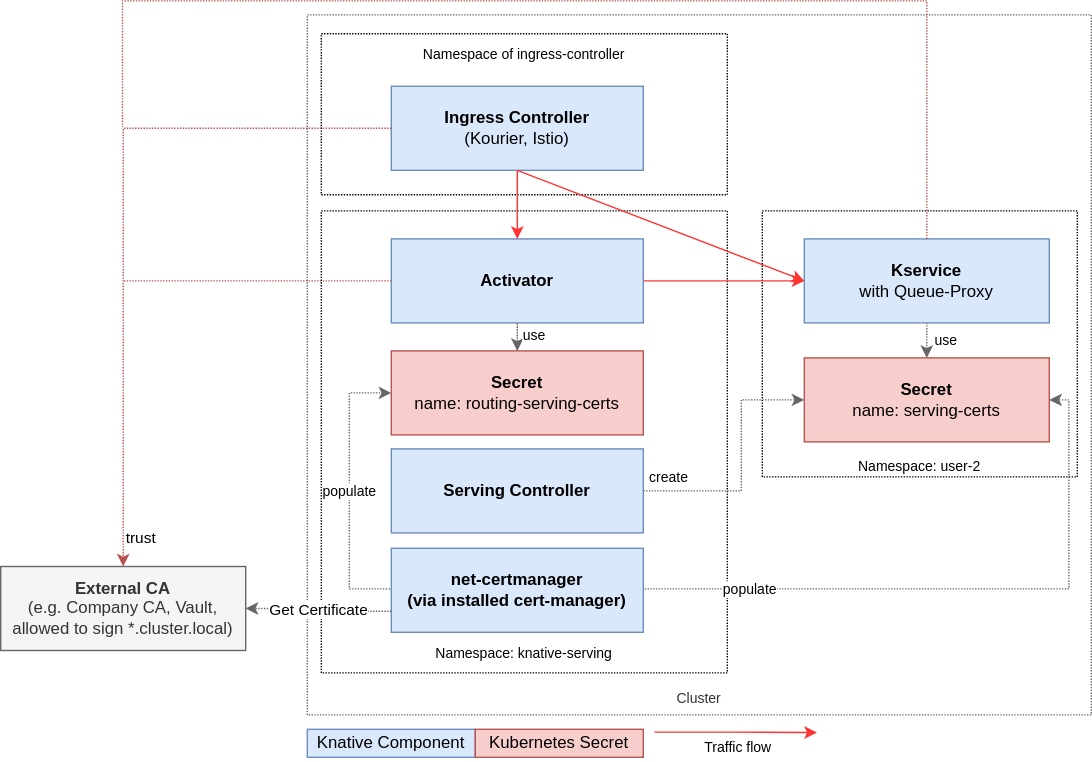
Above: modules/serverless/assets/images/serving-encryption/encryption-system-internal.drawio.svg in openshift-knative/docs (draw.io), before the change. Source tidied: cells renumbered, new cells last; positions are measured from the earlier drawing's top-left corner, leaving out a move shared by most shapes. Source of this version:
```xml
<mxGraphModel background="#FFFFFF">
  <root>
    <mxCell id="0" />
    <mxCell id="1" parent="0" />
    <mxCell id="2" value="&lt;br&gt;&lt;br&gt;&lt;br&gt;&lt;br&gt;&lt;br&gt;&lt;br&gt;&lt;br&gt;&lt;br&gt;&lt;br&gt;&lt;br&gt;&lt;br&gt;&lt;br&gt;&lt;br&gt;&lt;br&gt;&lt;br&gt;&lt;br&gt;&lt;br&gt;&lt;br&gt;&lt;br&gt;&lt;br&gt;&lt;br&gt;&lt;br&gt;&lt;br&gt;&lt;br&gt;&lt;br&gt;&lt;br&gt;&lt;br&gt;&lt;br&gt;&lt;br&gt;&lt;br&gt;&lt;br&gt;&lt;br&gt;&lt;br&gt;&lt;font style=&quot;font-size: 10px;&quot;&gt;Cluster&lt;/font&gt;" style="rounded=0;whiteSpace=wrap;html=1;fillColor=none;fontColor=#333333;strokeColor=#666666;dashed=1;dashPattern=1 1;" parent="1" vertex="1">
      <mxGeometry x="219" y="10" width="560" height="500" as="geometry" />
    </mxCell>
    <mxCell id="3" value="&lt;font style=&quot;font-size: 10px;&quot;&gt;Namespace of ingress-controller&lt;br&gt;&lt;br&gt;&lt;br&gt;&lt;br&gt;&lt;br&gt;&lt;br&gt;&lt;br&gt;&lt;/font&gt;" style="rounded=0;whiteSpace=wrap;html=1;fillColor=none;dashed=1;dashPattern=1 1;" parent="1" vertex="1">
      <mxGeometry x="229" y="23.5" width="290" height="115" as="geometry" />
    </mxCell>
    <mxCell id="4" value="&lt;br&gt;&lt;br&gt;&lt;br&gt;&lt;br&gt;&lt;br&gt;&lt;br&gt;&lt;br&gt;&lt;br&gt;&lt;br&gt;&lt;br&gt;&lt;br&gt;&lt;br&gt;&lt;font style=&quot;font-size: 10px;&quot;&gt;Namespace: user-2&lt;/font&gt;" style="rounded=0;whiteSpace=wrap;html=1;fillColor=none;dashed=1;dashPattern=1 1;" parent="1" vertex="1">
      <mxGeometry x="544" y="150" width="225" height="190" as="geometry" />
    </mxCell>
    <mxCell id="5" value="&lt;br&gt;&lt;br&gt;&lt;br&gt;&lt;br&gt;&lt;br&gt;&lt;br&gt;&lt;br&gt;&lt;br&gt;&lt;br&gt;&lt;br&gt;&lt;br&gt;&lt;br&gt;&lt;br&gt;&lt;br&gt;&lt;br&gt;&lt;br&gt;&lt;br&gt;&lt;br&gt;&lt;br&gt;&lt;br&gt;&lt;br&gt;&lt;font style=&quot;font-size: 10px;&quot;&gt;Namespace: knative-serving&lt;/font&gt;" style="rounded=0;whiteSpace=wrap;html=1;fillColor=none;dashed=1;dashPattern=1 1;" parent="1" vertex="1">
      <mxGeometry x="229" y="150" width="290" height="330" as="geometry" />
    </mxCell>
    <mxCell id="6" style="edgeStyle=orthogonalEdgeStyle;rounded=0;jettySize=auto;html=1;entryX=0;entryY=0.5;entryDx=0;entryDy=0;strokeColor=#FF3333;" parent="1" edge="1" source="7" target="8">
      <mxGeometry relative="1" as="geometry" />
    </mxCell>
    <mxCell id="7" value="Activator" style="rounded=0;whiteSpace=wrap;html=1;fillColor=#dae8fc;strokeColor=#6c8ebf;fontStyle=1;" parent="1" vertex="1">
      <mxGeometry x="279" y="170" width="180" height="60" as="geometry" />
    </mxCell>
    <mxCell id="8" value="&lt;b&gt;Kservice&lt;br&gt;&lt;/b&gt;with Queue-Proxy" style="rounded=0;whiteSpace=wrap;html=1;fillColor=#dae8fc;strokeColor=#6c8ebf;" parent="1" vertex="1">
      <mxGeometry x="574" y="170" width="175" height="60" as="geometry" />
    </mxCell>
    <mxCell id="9" style="edgeStyle=orthogonalEdgeStyle;rounded=0;jettySize=auto;html=1;entryX=0.5;entryY=0;entryDx=0;entryDy=0;strokeColor=#FF3333;" parent="1" edge="1" source="10" target="7">
      <mxGeometry x="-0.17" relative="1" as="geometry" />
    </mxCell>
    <mxCell id="10" value="&lt;b&gt;Ingress Controller&lt;/b&gt;&lt;br&gt;(Kourier, Istio)" style="rounded=0;whiteSpace=wrap;html=1;fillColor=#dae8fc;strokeColor=#6c8ebf;" parent="1" vertex="1">
      <mxGeometry x="279" y="61" width="180" height="60" as="geometry" />
    </mxCell>
    <mxCell id="11" style="rounded=0;jettySize=auto;html=1;entryX=0;entryY=0.5;entryDx=0;entryDy=0;strokeColor=#FF3333;exitX=0.5;exitY=1;exitDx=0;exitDy=0;" parent="1" edge="1" source="10" target="8">
      <mxGeometry x="-0.17" relative="1" as="geometry" />
    </mxCell>
    <mxCell id="12" value="populate" style="edgeStyle=orthogonalEdgeStyle;rounded=0;jettySize=auto;html=1;entryX=0;entryY=0.5;entryDx=0;entryDy=0;fontSize=10;fillColor=#f5f5f5;strokeColor=#666666;dashed=1;dashPattern=1 1;exitX=0;exitY=0.5;exitDx=0;exitDy=0;" parent="1" edge="1" source="27" target="16">
      <mxGeometry relative="1" as="geometry">
        <Array as="points">
          <mxPoint x="249" y="420" />
          <mxPoint x="249" y="280" />
        </Array>
      </mxGeometry>
    </mxCell>
    <mxCell id="13" value="Serving Controller" style="rounded=0;whiteSpace=wrap;html=1;fillColor=#dae8fc;strokeColor=#6c8ebf;fontStyle=1;" parent="1" vertex="1">
      <mxGeometry x="279" y="320" width="180" height="60" as="geometry" />
    </mxCell>
    <mxCell id="14" value="&lt;b&gt;Secret&lt;/b&gt;&lt;br&gt;name: serving-certs" style="rounded=0;whiteSpace=wrap;html=1;fillColor=#f8cecc;strokeColor=#b85450;" parent="1" vertex="1">
      <mxGeometry x="574" y="255" width="175" height="60" as="geometry" />
    </mxCell>
    <mxCell id="15" value="use" style="edgeStyle=orthogonalEdgeStyle;rounded=0;jettySize=auto;html=1;dashed=1;dashPattern=1 1;fontSize=10;fillColor=#f5f5f5;strokeColor=#666666;startArrow=classic;startFill=1;endArrow=none;endFill=0;" parent="1" edge="1" source="16" target="7">
      <mxGeometry x="-0.04" y="12" relative="1" as="geometry" />
    </mxCell>
    <mxCell id="16" value="&lt;b&gt;Secret&lt;/b&gt;&lt;br&gt;name: routing-serving-certs" style="rounded=0;whiteSpace=wrap;html=1;fillColor=#f8cecc;strokeColor=#b85450;" parent="1" vertex="1">
      <mxGeometry x="279" y="250" width="180" height="60" as="geometry" />
    </mxCell>
    <mxCell id="17" value="populate" style="edgeStyle=orthogonalEdgeStyle;rounded=0;jettySize=auto;html=1;entryX=1;entryY=0.5;entryDx=0;entryDy=0;dashed=1;dashPattern=1 1;fontSize=10;startArrow=none;startFill=0;fillColor=#f5f5f5;strokeColor=#666666;exitX=1;exitY=0.5;exitDx=0;exitDy=0;" parent="1" edge="1" source="27" target="14">
      <mxGeometry x="-0.66" relative="1" as="geometry">
        <Array as="points">
          <mxPoint x="763" y="420" />
          <mxPoint x="763" y="285" />
        </Array>
      </mxGeometry>
    </mxCell>
    <mxCell id="18" value="create" style="edgeStyle=orthogonalEdgeStyle;rounded=0;jettySize=auto;html=1;entryX=0;entryY=0.5;entryDx=0;entryDy=0;dashed=1;dashPattern=1 1;fontSize=10;startArrow=none;startFill=0;fillColor=#f5f5f5;strokeColor=#666666;exitX=1;exitY=0.5;exitDx=0;exitDy=0;" parent="1" edge="1" source="13" target="14">
      <mxGeometry x="-0.79" y="10" relative="1" as="geometry">
        <Array as="points">
          <mxPoint x="529" y="350" />
          <mxPoint x="529" y="285" />
        </Array>
      </mxGeometry>
    </mxCell>
    <mxCell id="19" value="use" style="edgeStyle=orthogonalEdgeStyle;rounded=0;jettySize=auto;html=1;entryX=0.5;entryY=1;entryDx=0;entryDy=0;dashed=1;dashPattern=1 1;fontSize=10;startArrow=classic;startFill=1;fillColor=#f5f5f5;strokeColor=#666666;exitX=0.5;exitY=0;exitDx=0;exitDy=0;endArrow=none;endFill=0;" parent="1" edge="1" source="14" target="8">
      <mxGeometry x="0.04" y="-13" relative="1" as="geometry">
        <Array as="points">
          <mxPoint x="662" y="240" />
          <mxPoint x="662" y="240" />
        </Array>
      </mxGeometry>
    </mxCell>
    <mxCell id="20" value="trust" style="edgeStyle=orthogonalEdgeStyle;rounded=0;jettySize=auto;html=1;startArrow=none;startFill=0;dashed=1;dashPattern=1 1;fillColor=#f8cecc;strokeColor=#b85450;exitX=0;exitY=0.5;exitDx=0;exitDy=0;entryX=0.5;entryY=0;entryDx=0;entryDy=0;" parent="1" edge="1" source="10" target="28">
      <mxGeometry x="0.92" y="12" relative="1" as="geometry">
        <Array as="points">
          <mxPoint x="87" y="91" />
          <mxPoint x="87" y="404" />
        </Array>
      </mxGeometry>
    </mxCell>
    <mxCell id="21" style="edgeStyle=orthogonalEdgeStyle;rounded=0;jettySize=auto;html=1;startArrow=none;startFill=0;dashed=1;dashPattern=1 1;fillColor=#f8cecc;strokeColor=#b85450;exitX=0;exitY=0.5;exitDx=0;exitDy=0;endArrow=none;endFill=0;" parent="1" edge="1" source="7">
      <mxGeometry relative="1" as="geometry">
        <mxPoint x="87" y="200" as="targetPoint" />
        <Array as="points">
          <mxPoint x="199" y="200" />
        </Array>
      </mxGeometry>
    </mxCell>
    <mxCell id="22" style="edgeStyle=orthogonalEdgeStyle;rounded=0;jettySize=auto;html=1;startArrow=none;startFill=0;dashed=1;dashPattern=1 1;fillColor=#f8cecc;strokeColor=#b85450;endArrow=none;endFill=0;" parent="1" edge="1" source="8">
      <mxGeometry relative="1" as="geometry">
        <mxPoint x="87" y="78" as="targetPoint" />
        <Array as="points">
          <mxPoint x="662" />
          <mxPoint x="87" />
          <mxPoint x="87" y="90" />
        </Array>
      </mxGeometry>
    </mxCell>
    <mxCell id="23" value="Knative Component" style="rounded=0;whiteSpace=wrap;html=1;fillColor=#dae8fc;strokeColor=#6c8ebf;" parent="1" vertex="1">
      <mxGeometry x="219" y="520.3" width="120" height="20" as="geometry" />
    </mxCell>
    <mxCell id="24" value="Kubernetes Secret" style="rounded=0;whiteSpace=wrap;html=1;fillColor=#f8cecc;strokeColor=#b85450;" parent="1" vertex="1">
      <mxGeometry x="339" y="520.3" width="120" height="20" as="geometry" />
    </mxCell>
    <mxCell id="25" value="&lt;font style=&quot;font-size: 10px;&quot;&gt;Traffic flow&lt;/font&gt;" style="text;html=1;strokeColor=none;fillColor=none;align=center;verticalAlign=middle;whiteSpace=wrap;rounded=0;" parent="1" vertex="1">
      <mxGeometry x="462" y="522.6" width="130" height="20" as="geometry" />
    </mxCell>
    <mxCell id="26" style="edgeStyle=orthogonalEdgeStyle;rounded=0;orthogonalLoop=1;jettySize=auto;html=1;strokeColor=#FF3333;fillColor=#f8cecc;exitX=1;exitY=0.5;exitDx=0;exitDy=0;" parent="1" edge="1">
      <mxGeometry relative="1" as="geometry">
        <mxPoint x="467" y="522.3" as="sourcePoint" />
        <mxPoint x="583" y="522.6" as="targetPoint" />
        <Array as="points">
          <mxPoint x="525" y="522.6" />
          <mxPoint x="583" y="522.6" />
        </Array>
      </mxGeometry>
    </mxCell>
    <mxCell id="27" value="&lt;b&gt;net-certmanager&lt;br&gt;(via installed cert-manager)&lt;br&gt;&lt;/b&gt;" style="rounded=0;whiteSpace=wrap;html=1;fillColor=#dae8fc;strokeColor=#6c8ebf;fontStyle=1;" parent="1" vertex="1">
      <mxGeometry x="279" y="391" width="180" height="60" as="geometry" />
    </mxCell>
    <mxCell id="28" value="&lt;b&gt;External CA&lt;br&gt;&lt;/b&gt;(e.g. Company CA, Vault, allowed to sign *.cluster.local)" style="rounded=0;whiteSpace=wrap;html=1;fillColor=#f5f5f5;strokeColor=#666666;fontColor=#333333;" parent="1" vertex="1">
      <mxGeometry y="404" width="175" height="60" as="geometry" />
    </mxCell>
    <mxCell id="29" value="Get Certificate" style="edgeStyle=orthogonalEdgeStyle;rounded=0;jettySize=auto;html=1;entryX=1;entryY=0.5;entryDx=0;entryDy=0;startArrow=none;startFill=0;fillColor=#f5f5f5;strokeColor=#666666;dashed=1;dashPattern=1 1;exitX=0;exitY=0.75;exitDx=0;exitDy=0;" parent="1" edge="1" source="27" target="28">
      <mxGeometry relative="1" as="geometry" />
    </mxCell>
  </root>
</mxGraphModel>
```
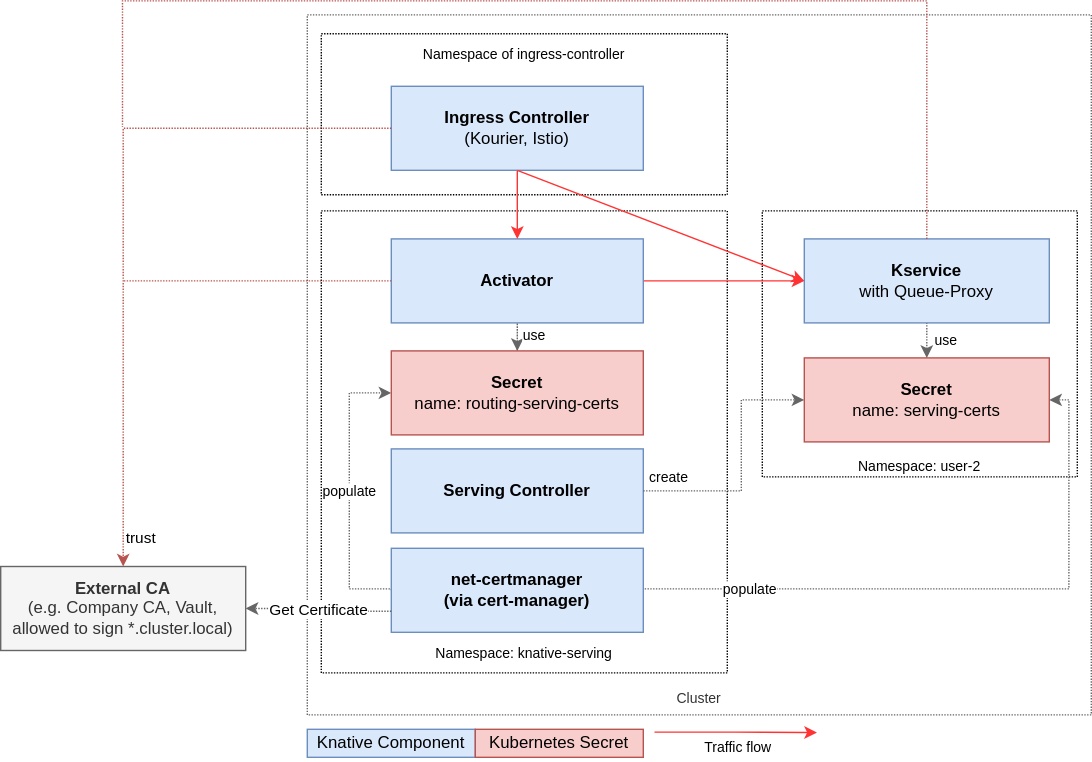
The same file after the commit.

Diff of the diagram source:
```diff
@@ -121,7 +121,7 @@
         </Array>
       </mxGeometry>
     </mxCell>
-    <mxCell id="27" value="&lt;b&gt;net-certmanager&lt;br&gt;(via installed cert-manager)&lt;br&gt;&lt;/b&gt;" style="rounded=0;whiteSpace=wrap;html=1;fillColor=#dae8fc;strokeColor=#6c8ebf;fontStyle=1;" parent="1" vertex="1">
+    <mxCell id="27" value="&lt;b&gt;net-certmanager&lt;br&gt;(via cert-manager)&lt;br&gt;&lt;/b&gt;" style="rounded=0;whiteSpace=wrap;html=1;fillColor=#dae8fc;strokeColor=#6c8ebf;fontStyle=1;" parent="1" vertex="1">
       <mxGeometry x="279" y="391" width="180" height="60" as="geometry" />
     </mxCell>
     <mxCell id="28" value="&lt;b&gt;External CA&lt;br&gt;&lt;/b&gt;(e.g. Company CA, Vault, allowed to sign *.cluster.local)" style="rounded=0;whiteSpace=wrap;html=1;fillColor=#f5f5f5;strokeColor=#666666;fontColor=#333333;" parent="1" vertex="1">
```
